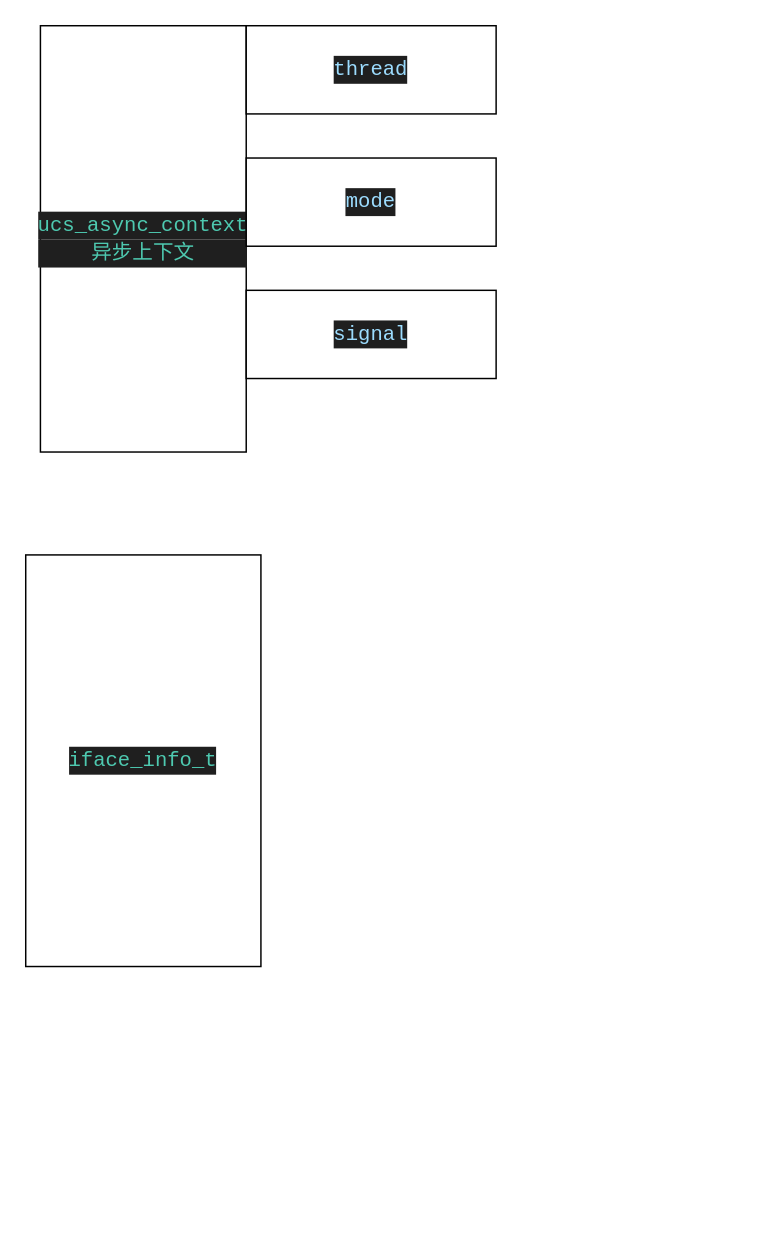
The draw.io diagram category/ucx.drawio in ssbandjl/ucx, before the edit. Source tidied: cells renumbered, new cells numbered last; positions are measured from the earlier drawing's top-left corner, leaving out a move shared by most shapes. Both pictures are drawn from the tidied source at 147%, with x=0, y=0 at pixel (25, 25).
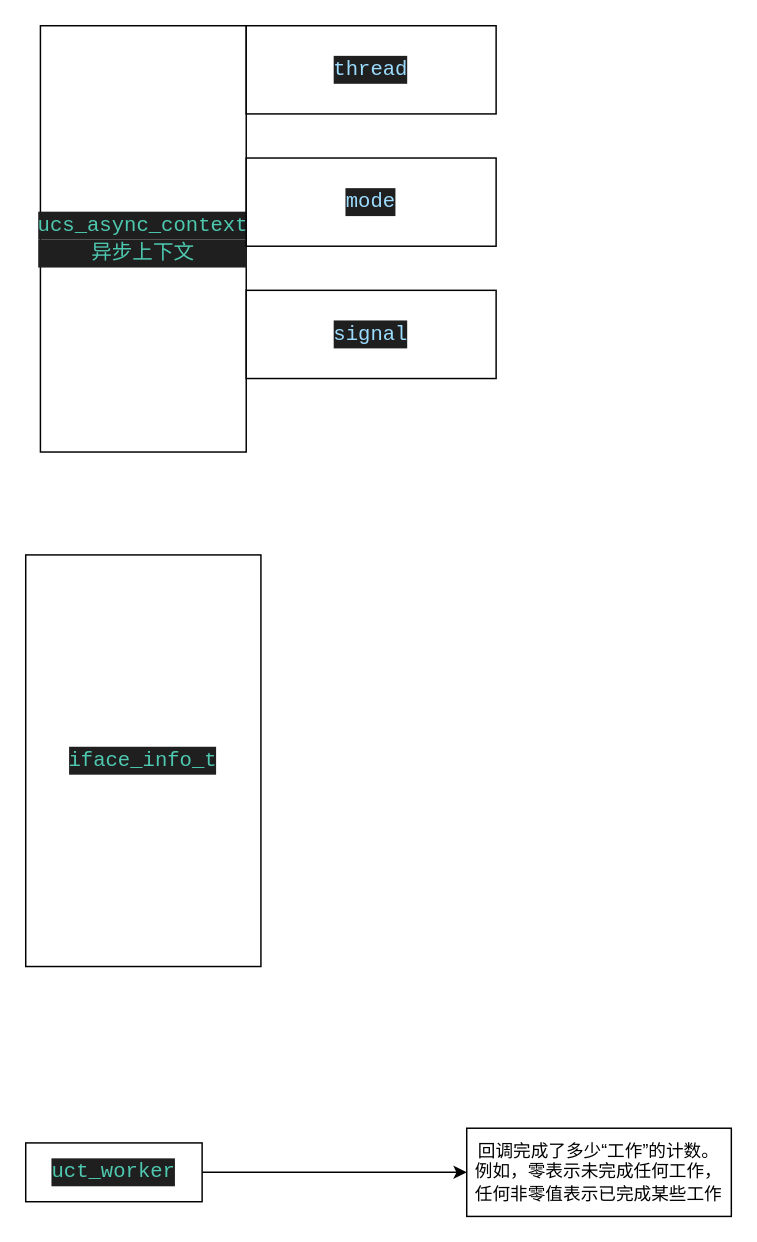
Above is the later version.

Diff of the diagram source:
```diff
@@
 <mxGraphModel>
   <root>
     <mxCell id="0" />
     <mxCell id="1" parent="0" />
     <mxCell id="2" value="&lt;div style=&quot;color: rgb(204, 204, 204); background-color: rgb(31, 31, 31); font-family: Consolas, &amp;quot;Courier New&amp;quot;, monospace; font-size: 14px; line-height: 19px;&quot;&gt;&lt;span style=&quot;color: #4ec9b0;&quot;&gt;ucs_async_context&lt;/span&gt;&lt;/div&gt;&lt;div style=&quot;background-color: rgb(31, 31, 31); font-family: Consolas, &amp;quot;Courier New&amp;quot;, monospace; font-size: 14px; line-height: 19px;&quot;&gt;&lt;font color=&quot;#4ec9b0&quot;&gt;异步上下文&lt;/font&gt;&lt;/div&gt;" style="whiteSpace=wrap;html=1;" parent="1" vertex="1">
       <mxGeometry x="10" width="140" height="290" as="geometry" />
     </mxCell>
     <mxCell id="3" value="&lt;div style=&quot;color: rgb(204, 204, 204); background-color: rgb(31, 31, 31); font-family: Consolas, &amp;quot;Courier New&amp;quot;, monospace; font-size: 14px; line-height: 19px;&quot;&gt;&lt;span style=&quot;color: #9cdcfe;&quot;&gt;thread&lt;/span&gt;&lt;/div&gt;" style="whiteSpace=wrap;html=1;" parent="1" vertex="1">
       <mxGeometry x="150" width="170" height="60" as="geometry" />
     </mxCell>
     <mxCell id="4" value="&lt;div style=&quot;color: rgb(204, 204, 204); background-color: rgb(31, 31, 31); font-family: Consolas, &amp;quot;Courier New&amp;quot;, monospace; font-size: 14px; line-height: 19px;&quot;&gt;&lt;div style=&quot;line-height: 19px;&quot;&gt;&lt;span style=&quot;color: #9cdcfe;&quot;&gt;mode&lt;/span&gt;&lt;/div&gt;&lt;/div&gt;" style="whiteSpace=wrap;html=1;" parent="1" vertex="1">
       <mxGeometry x="150" y="90" width="170" height="60" as="geometry" />
     </mxCell>
     <mxCell id="5" value="&lt;div style=&quot;color: rgb(204, 204, 204); background-color: rgb(31, 31, 31); font-family: Consolas, &amp;quot;Courier New&amp;quot;, monospace; font-size: 14px; line-height: 19px;&quot;&gt;&lt;div style=&quot;line-height: 19px;&quot;&gt;&lt;div style=&quot;line-height: 19px;&quot;&gt;&lt;span style=&quot;color: #9cdcfe;&quot;&gt;signal&lt;/span&gt;&lt;/div&gt;&lt;/div&gt;&lt;/div&gt;" style="whiteSpace=wrap;html=1;" parent="1" vertex="1">
       <mxGeometry x="150" y="180" width="170" height="60" as="geometry" />
     </mxCell>
     <mxCell id="6" value="&lt;div style=&quot;color: rgb(204, 204, 204); background-color: rgb(31, 31, 31); font-family: Consolas, &amp;quot;Courier New&amp;quot;, monospace; font-size: 14px; line-height: 19px;&quot;&gt;&lt;div style=&quot;line-height: 19px;&quot;&gt;&lt;span style=&quot;color: #4ec9b0;&quot;&gt;iface_info_t&lt;/span&gt;&lt;/div&gt;&lt;/div&gt;" style="whiteSpace=wrap;html=1;" parent="1" vertex="1">
       <mxGeometry y="360" width="160" height="280" as="geometry" />
     </mxCell>
+    <mxCell id="7" style="edgeStyle=orthogonalEdgeStyle;html=1;exitX=1;exitY=0.5;exitDx=0;exitDy=0;" parent="1" edge="1" source="8" target="9">
+      <mxGeometry relative="1" as="geometry" />
+    </mxCell>
+    <mxCell id="8" value="&lt;div style=&quot;color: rgb(204, 204, 204); background-color: rgb(31, 31, 31); font-family: Consolas, &amp;quot;Courier New&amp;quot;, monospace; font-size: 14px; line-height: 19px;&quot;&gt;&lt;div style=&quot;line-height: 19px;&quot;&gt;&lt;div style=&quot;line-height: 19px;&quot;&gt;&lt;span style=&quot;color: #4ec9b0;&quot;&gt;uct_worker&lt;/span&gt;&lt;/div&gt;&lt;/div&gt;&lt;/div&gt;" style="whiteSpace=wrap;html=1;" parent="1" vertex="1">
+      <mxGeometry y="760" width="120" height="40" as="geometry" />
+    </mxCell>
+    <mxCell id="9" value="回调完成了多少“工作”的计数。 例如，零表示未完成任何工作，任何非零值表示已完成某些工作" style="whiteSpace=wrap;html=1;" parent="1" vertex="1">
+      <mxGeometry x="300" y="750" width="180" height="60" as="geometry" />
+    </mxCell>
   </root>
 </mxGraphModel>
```
